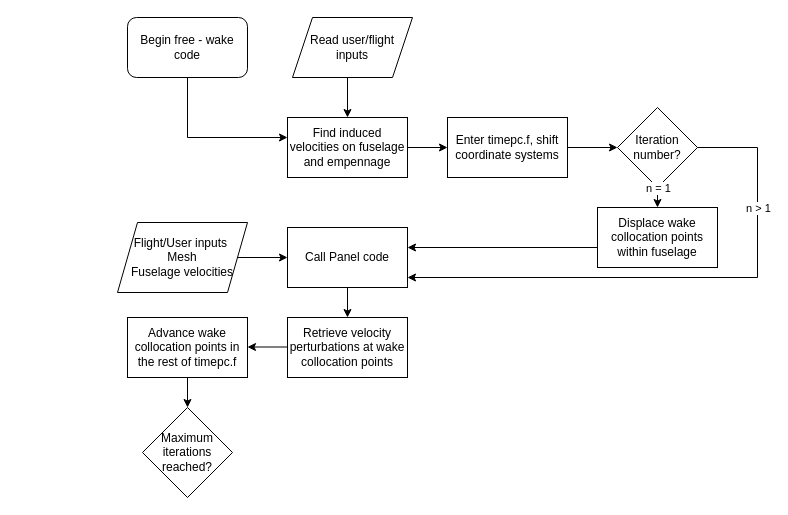
nathanboachie/fyp-2024 keeps this draw.io diagram as Untitled Diagram.drawio. Above is the earlier version. Source tidied: cells renumbered, new cells numbered last; positions are measured from the earlier drawing's top-left corner, leaving out a move shared by most shapes. Both pictures are drawn from the tidied source at 100%, with x=0, y=0 at pixel (117, 17).
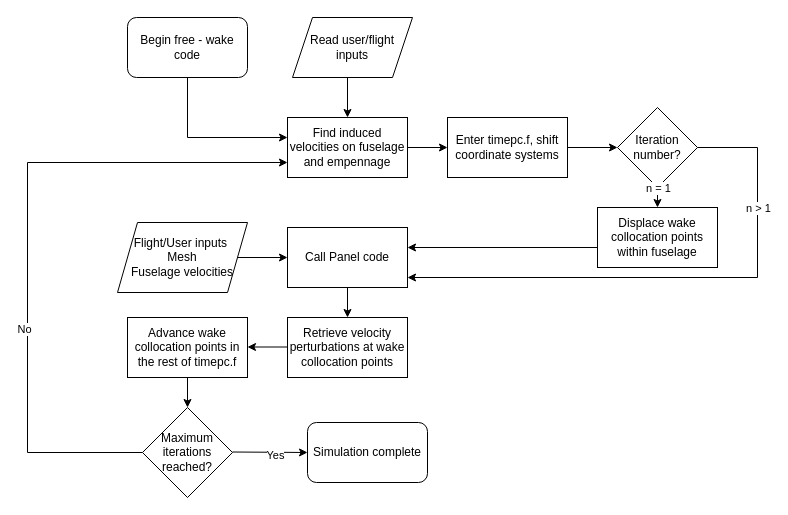
The same diagram, later.

Unchanged cells that the change refers to:
```xml
<mxCell id="5" value="Find induced velocities on fuselage and empennage" style="rounded=0;whiteSpace=wrap;html=1;" parent="1" vertex="1">
  <mxGeometry x="170" y="100" width="120" height="60" as="geometry" />
</mxCell>
<mxCell id="25" value="Maximum iterations reached?" style="rhombus;whiteSpace=wrap;html=1;" parent="1" vertex="1">
  <mxGeometry x="25" y="390" width="90" height="90" as="geometry" />
</mxCell>
```

Diff of the diagram source:
```diff
@@
+    <mxCell id="26" style="endArrow=classic;html=1;rounded=0;exitX=0;exitY=0.5;exitDx=0;exitDy=0;entryX=0;entryY=0.75;entryDx=0;entryDy=0;" parent="1" edge="1" source="25" target="5">
+      <mxGeometry relative="1" as="geometry">
+        <Array as="points">
+          <mxPoint x="-90" y="435" />
+          <mxPoint x="-90" y="145" />
+        </Array>
+      </mxGeometry>
+    </mxCell>
+    <mxCell id="27" value="No" style="edgeLabel;html=1;align=center;verticalAlign=middle;" parent="26" vertex="1">
+      <mxGeometry x="-0.28" y="4" relative="1" as="geometry" />
+    </mxCell>
+    <mxCell id="28" style="endArrow=classic;html=1;rounded=0;" parent="1" edge="1">
+      <mxGeometry relative="1" as="geometry">
+        <mxPoint x="115" y="434.5" as="sourcePoint" />
+        <mxPoint x="190" y="435" as="targetPoint" />
+      </mxGeometry>
+    </mxCell>
+    <mxCell id="29" value="Yes" style="edgeLabel;html=1;align=center;verticalAlign=middle;" parent="28" vertex="1">
+      <mxGeometry x="0.15" y="-3" relative="1" as="geometry" />
+    </mxCell>
+    <mxCell id="30" value="Simulation complete" style="rounded=1;whiteSpace=wrap;html=1;" parent="1" vertex="1">
+      <mxGeometry x="190" y="405" width="120" height="60" as="geometry" />
+    </mxCell>
```
